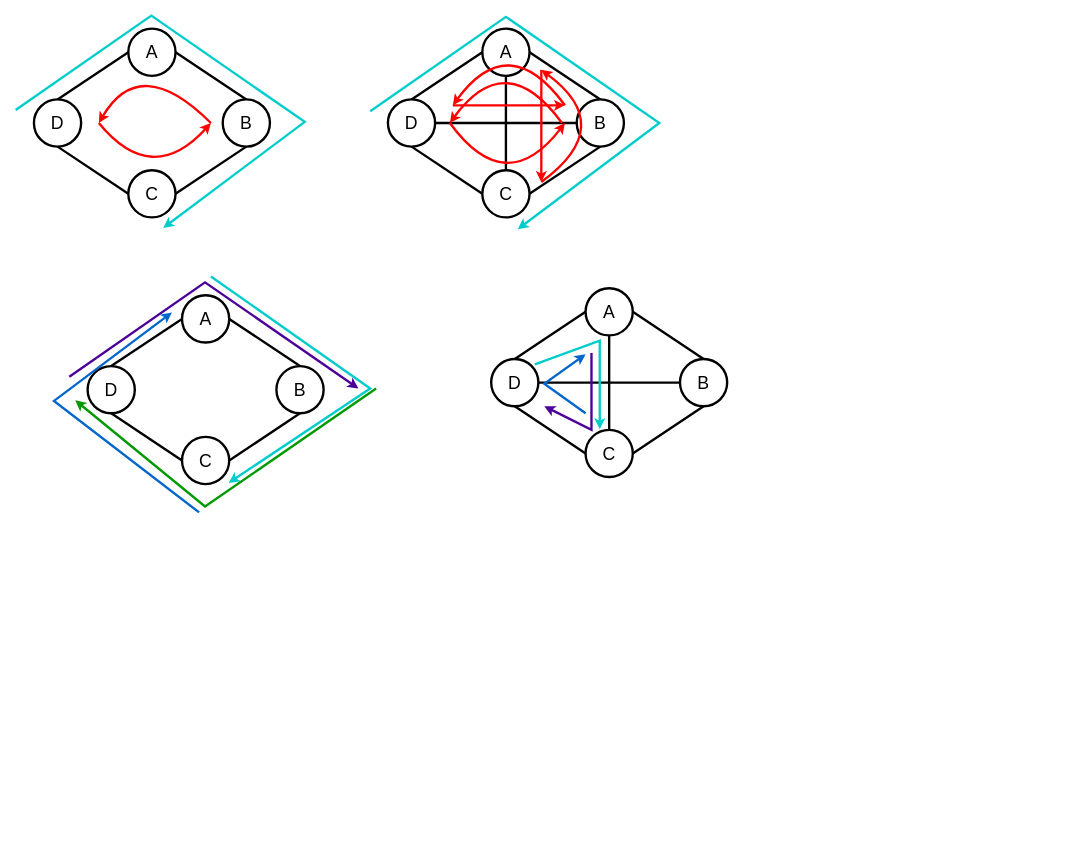
The draw.io diagram FC+/protential_CBD.drawio in caopeirui/app.diagrams.net, before the edit. Source tidied: cells renumbered, new cells numbered last; positions are measured from the earlier drawing's top-left corner, leaving out a move shared by most shapes. Both pictures are drawn from the tidied source at 59%, with x=0, y=0 at pixel (15, 15).
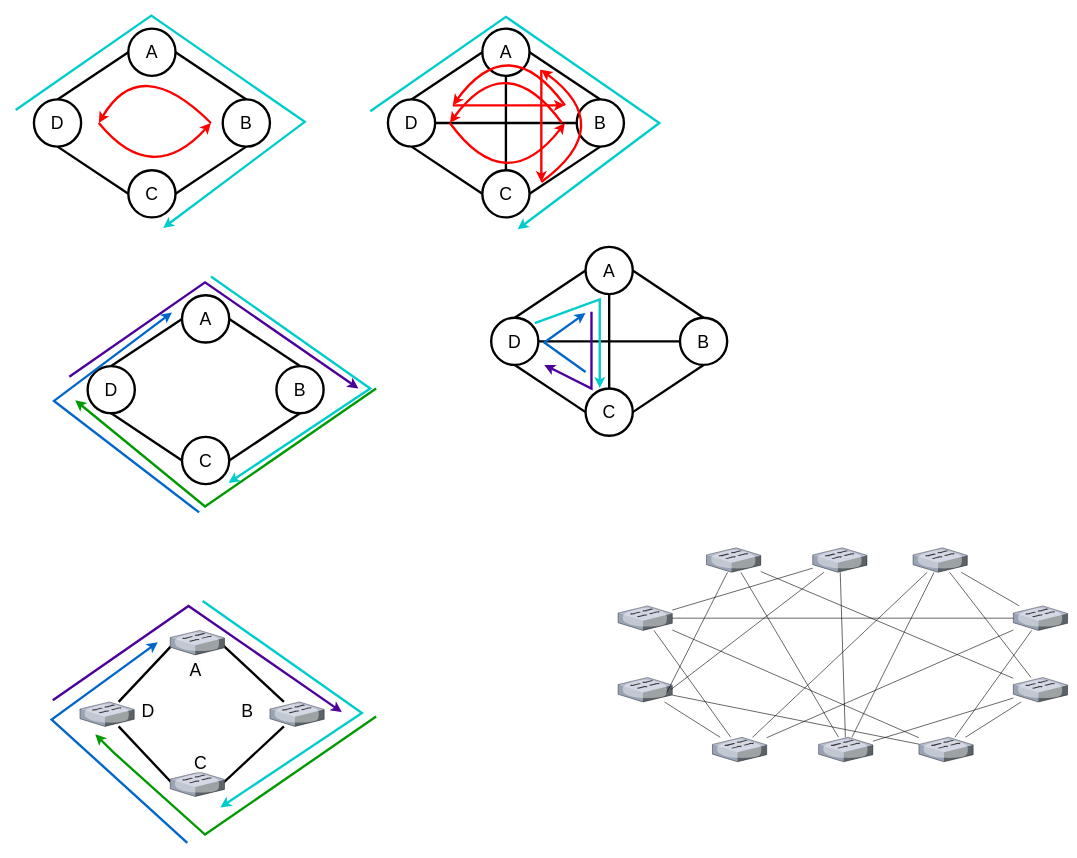
The same diagram, later.

Diff of the diagram source:
```diff
@@
     <mxCell id="47" value="&lt;font style=&quot;font-size: 30px;&quot;&gt;A&lt;/font&gt;" style="ellipse;whiteSpace=wrap;html=1;strokeWidth=4;" parent="1" vertex="1">
-      <mxGeometry x="966" y="462" width="80" height="80" as="geometry" />
+      <mxGeometry x="966" y="392" width="80" height="80" as="geometry" />
     </mxCell>
     <mxCell id="48" value="&lt;font style=&quot;font-size: 30px;&quot;&gt;B&lt;/font&gt;" style="ellipse;whiteSpace=wrap;html=1;strokeWidth=4;" parent="1" vertex="1">
-      <mxGeometry x="1126" y="582" width="80" height="80" as="geometry" />
+      <mxGeometry x="1126" y="512" width="80" height="80" as="geometry" />
     </mxCell>
     <mxCell id="49" value="&lt;font style=&quot;font-size: 30px;&quot;&gt;C&lt;/font&gt;" style="ellipse;whiteSpace=wrap;html=1;strokeWidth=4;" parent="1" vertex="1">
-      <mxGeometry x="966" y="702" width="80" height="80" as="geometry" />
+      <mxGeometry x="966" y="632" width="80" height="80" as="geometry" />
     </mxCell>
     <mxCell id="50" value="&lt;font style=&quot;font-size: 30px;&quot;&gt;D&lt;/font&gt;" style="ellipse;whiteSpace=wrap;html=1;strokeWidth=4;" parent="1" vertex="1">
-      <mxGeometry x="806" y="582" width="80" height="80" as="geometry" />
+      <mxGeometry x="806" y="512" width="80" height="80" as="geometry" />
     </mxCell>
@@
     <mxCell id="53" style="edgeStyle=none;orthogonalLoop=1;jettySize=auto;html=1;rounded=0;strokeWidth=4;strokeColor=#00CCCC;entryX=0.5;entryY=0;entryDx=0;entryDy=0;" parent="1" edge="1">
       <mxGeometry relative="1" as="geometry">
-        <mxPoint x="880" y="591" as="sourcePoint" />
-        <mxPoint x="990" y="701" as="targetPoint" />
+        <mxPoint x="880" y="521" as="sourcePoint" />
+        <mxPoint x="990" y="631" as="targetPoint" />
         <Array as="points">
-          <mxPoint x="990" y="551" />
-          <mxPoint x="990" y="631" />
+          <mxPoint x="990" y="481" />
+          <mxPoint x="990" y="561" />
         </Array>
       </mxGeometry>
     </mxCell>
     <mxCell id="54" style="edgeStyle=none;orthogonalLoop=1;jettySize=auto;html=1;rounded=0;strokeWidth=4;strokeColor=#4C0099;" parent="1" edge="1">
       <mxGeometry relative="1" as="geometry">
-        <mxPoint x="976" y="572" as="sourcePoint" />
-        <mxPoint x="896" y="662" as="targetPoint" />
+        <mxPoint x="976" y="502" as="sourcePoint" />
+        <mxPoint x="896" y="592" as="targetPoint" />
         <Array as="points">
-          <mxPoint x="976" y="702" />
-          <mxPoint x="916" y="672" />
-          <mxPoint x="896" y="662" />
+          <mxPoint x="976" y="632" />
+          <mxPoint x="916" y="602" />
+          <mxPoint x="896" y="592" />
         </Array>
       </mxGeometry>
     </mxCell>
     <mxCell id="55" style="edgeStyle=none;orthogonalLoop=1;jettySize=auto;html=1;rounded=0;strokeWidth=4;strokeColor=#0066CC;fillColor=#dae8fc;" parent="1" edge="1">
       <mxGeometry relative="1" as="geometry">
-        <mxPoint x="966" y="674" as="sourcePoint" />
-        <mxPoint x="966" y="574" as="targetPoint" />
+        <mxPoint x="966" y="604" as="sourcePoint" />
+        <mxPoint x="966" y="504" as="targetPoint" />
         <Array as="points">
-          <mxPoint x="896" y="624" />
-          <mxPoint x="966" y="574" />
+          <mxPoint x="896" y="554" />
+          <mxPoint x="966" y="504" />
         </Array>
       </mxGeometry>
     </mxCell>
+    <mxCell id="56" style="endArrow=none;html=1;rounded=0;strokeWidth=4;entryX=0;entryY=0.5;entryDx=0;entryDy=0;" parent="1" edge="1" source="70">
+      <mxGeometry relative="1" as="geometry">
+        <mxPoint x="268" y="1064" as="targetPoint" />
+      </mxGeometry>
+    </mxCell>
+    <mxCell id="57" style="endArrow=none;html=1;rounded=0;strokeWidth=4;exitX=1;exitY=0.5;exitDx=0;exitDy=0;" parent="1" edge="1" target="66">
+      <mxGeometry relative="1" as="geometry">
+        <mxPoint x="348" y="1064" as="sourcePoint" />
+      </mxGeometry>
+    </mxCell>
+    <mxCell id="58" style="endArrow=none;html=1;rounded=0;strokeWidth=4;exitX=1;exitY=0.5;exitDx=0;exitDy=0;" parent="1" edge="1" target="66">
+      <mxGeometry relative="1" as="geometry">
+        <mxPoint x="348" y="1304" as="sourcePoint" />
+      </mxGeometry>
+    </mxCell>
+    <mxCell id="59" style="endArrow=none;html=1;rounded=0;strokeWidth=4;exitX=0;exitY=0.5;exitDx=0;exitDy=0;" parent="1" edge="1" target="70">
+      <mxGeometry relative="1" as="geometry">
+        <mxPoint x="268" y="1304" as="sourcePoint" />
+      </mxGeometry>
+    </mxCell>
+    <mxCell id="60" style="edgeStyle=none;orthogonalLoop=1;jettySize=auto;html=1;rounded=0;strokeWidth=4;strokeColor=#4C0099;fillColor=#e1d5e7;" parent="1" edge="1">
+      <mxGeometry relative="1" as="geometry">
+        <mxPoint x="63" y="1160.5" as="sourcePoint" />
+        <mxPoint x="553" y="1180.5" as="targetPoint" />
+        <Array as="points">
+          <mxPoint x="293" y="1000.5" />
+          <mxPoint x="553" y="1180.5" />
+        </Array>
+      </mxGeometry>
+    </mxCell>
+    <mxCell id="61" style="edgeStyle=none;orthogonalLoop=1;jettySize=auto;html=1;rounded=0;strokeWidth=4;strokeColor=#00CCCC;fillColor=#fff2cc;" parent="1" edge="1">
+      <mxGeometry relative="1" as="geometry">
+        <mxPoint x="317" y="992" as="sourcePoint" />
+        <mxPoint x="347" y="1342" as="targetPoint" />
+        <Array as="points">
+          <mxPoint x="587" y="1182" />
+          <mxPoint x="347" y="1342" />
+        </Array>
+      </mxGeometry>
+    </mxCell>
+    <mxCell id="62" style="edgeStyle=none;orthogonalLoop=1;jettySize=auto;html=1;rounded=0;strokeWidth=4;strokeColor=#009900;fillColor=#d5e8d4;" parent="1" edge="1">
+      <mxGeometry relative="1" as="geometry">
+        <mxPoint x="611" y="1188" as="sourcePoint" />
+        <mxPoint x="135" y="1218" as="targetPoint" />
+        <Array as="points">
+          <mxPoint x="321" y="1388" />
+          <mxPoint x="165" y="1248" />
+        </Array>
+      </mxGeometry>
+    </mxCell>
+    <mxCell id="63" style="edgeStyle=none;orthogonalLoop=1;jettySize=auto;html=1;rounded=0;strokeWidth=4;strokeColor=#0066CC;fillColor=#dae8fc;" parent="1" edge="1">
+      <mxGeometry relative="1" as="geometry">
+        <mxPoint x="291" y="1402" as="sourcePoint" />
+        <mxPoint x="241" y="1062" as="targetPoint" />
+        <Array as="points">
+          <mxPoint x="61" y="1193" />
+        </Array>
+      </mxGeometry>
+    </mxCell>
+    <mxCell id="64" style="verticalLabelPosition=bottom;sketch=0;html=1;verticalAlign=top;strokeColor=none;align=center;shape=mxgraph.citrix.switch;" parent="1" vertex="1">
+      <mxGeometry x="262" y="1042" width="92" height="41.5" as="geometry" />
+    </mxCell>
+    <mxCell id="65" value="&lt;span style=&quot;color: rgb(0, 0, 0); font-family: Helvetica; font-size: 30px; font-style: normal; font-variant-ligatures: normal; font-variant-caps: normal; font-weight: 400; letter-spacing: normal; orphans: 2; text-align: center; text-indent: 0px; text-transform: none; widows: 2; word-spacing: 0px; -webkit-text-stroke-width: 0px; background-color: rgb(251, 251, 251); text-decoration-thickness: initial; text-decoration-style: initial; text-decoration-color: initial; float: none; display: inline !important;&quot;&gt;A&lt;/span&gt;" style="text;whiteSpace=wrap;html=1;" parent="1" vertex="1">
+      <mxGeometry x="293" y="1083.5" width="50" height="60" as="geometry" />
+    </mxCell>
+    <mxCell id="66" style="verticalLabelPosition=bottom;sketch=0;html=1;verticalAlign=top;strokeColor=none;align=center;outlineConnect=0;shape=mxgraph.citrix.switch;" parent="1" vertex="1">
+      <mxGeometry x="431" y="1163.2" width="92" height="41.5" as="geometry" />
+    </mxCell>
+    <mxCell id="67" value="&lt;span style=&quot;color: rgb(0, 0, 0); font-family: Helvetica; font-size: 30px; font-style: normal; font-variant-ligatures: normal; font-variant-caps: normal; font-weight: 400; letter-spacing: normal; orphans: 2; text-align: center; text-indent: 0px; text-transform: none; widows: 2; word-spacing: 0px; -webkit-text-stroke-width: 0px; background-color: rgb(251, 251, 251); text-decoration-thickness: initial; text-decoration-style: initial; text-decoration-color: initial; float: none; display: inline !important;&quot;&gt;B&lt;/span&gt;" style="text;whiteSpace=wrap;html=1;" parent="1" vertex="1">
+      <mxGeometry x="381" y="1154" width="50" height="60" as="geometry" />
+    </mxCell>
+    <mxCell id="68" style="verticalLabelPosition=bottom;sketch=0;html=1;verticalAlign=top;strokeColor=none;align=center;shape=mxgraph.citrix.switch;" parent="1" vertex="1">
+      <mxGeometry x="262" y="1282" width="92" height="41.5" as="geometry" />
+    </mxCell>
+    <mxCell id="69" value="&lt;span style=&quot;color: rgb(0, 0, 0); font-family: Helvetica; font-size: 30px; font-style: normal; font-variant-ligatures: normal; font-variant-caps: normal; font-weight: 400; letter-spacing: normal; orphans: 2; text-align: center; text-indent: 0px; text-transform: none; widows: 2; word-spacing: 0px; -webkit-text-stroke-width: 0px; background-color: rgb(251, 251, 251); text-decoration-thickness: initial; text-decoration-style: initial; text-decoration-color: initial; float: none; display: inline !important;&quot;&gt;C&lt;/span&gt;" style="text;whiteSpace=wrap;html=1;" parent="1" vertex="1">
+      <mxGeometry x="301" y="1242" width="50" height="60" as="geometry" />
+    </mxCell>
+    <mxCell id="70" style="verticalLabelPosition=bottom;sketch=0;html=1;verticalAlign=top;strokeColor=none;align=center;outlineConnect=0;shape=mxgraph.citrix.switch;" parent="1" vertex="1">
+      <mxGeometry x="109" y="1163.2" width="92" height="41.5" as="geometry" />
+    </mxCell>
+    <mxCell id="71" value="&lt;span style=&quot;color: rgb(0, 0, 0); font-family: Helvetica; font-size: 30px; font-style: normal; font-variant-ligatures: normal; font-variant-caps: normal; font-weight: 400; letter-spacing: normal; orphans: 2; text-align: center; text-indent: 0px; text-transform: none; widows: 2; word-spacing: 0px; -webkit-text-stroke-width: 0px; background-color: rgb(251, 251, 251); text-decoration-thickness: initial; text-decoration-style: initial; text-decoration-color: initial; float: none; display: inline !important;&quot;&gt;D&lt;/span&gt;" style="text;whiteSpace=wrap;html=1;" parent="1" vertex="1">
+      <mxGeometry x="212" y="1154" width="50" height="60" as="geometry" />
+    </mxCell>
+    <mxCell id="72" style="verticalLabelPosition=bottom;sketch=0;html=1;verticalAlign=top;strokeColor=none;align=center;outlineConnect=0;shape=mxgraph.citrix.switch;" parent="1" vertex="1">
+      <mxGeometry x="1021" y="1000.5" width="92" height="41.5" as="geometry" />
+    </mxCell>
+    <mxCell id="73" style="verticalLabelPosition=bottom;sketch=0;html=1;verticalAlign=top;strokeColor=none;align=center;outlineConnect=0;shape=mxgraph.citrix.switch;" parent="1" vertex="1">
+      <mxGeometry x="1021" y="1121.8" width="92" height="41.5" as="geometry" />
+    </mxCell>
+    <mxCell id="74" style="verticalLabelPosition=bottom;sketch=0;html=1;verticalAlign=top;strokeColor=none;align=center;outlineConnect=0;shape=mxgraph.citrix.switch;" parent="1" vertex="1">
+      <mxGeometry x="1181" y="1223.2" width="92" height="41.5" as="geometry" />
+    </mxCell>
+    <mxCell id="75" style="verticalLabelPosition=bottom;sketch=0;html=1;verticalAlign=top;strokeColor=none;align=center;outlineConnect=0;shape=mxgraph.citrix.switch;" parent="1" vertex="1">
+      <mxGeometry x="1691" y="1000.5" width="92" height="41.5" as="geometry" />
+    </mxCell>
+    <mxCell id="76" style="verticalLabelPosition=bottom;sketch=0;html=1;verticalAlign=top;strokeColor=none;align=center;outlineConnect=0;shape=mxgraph.citrix.switch;" parent="1" vertex="1">
+      <mxGeometry x="1691" y="1121.8" width="92" height="41.5" as="geometry" />
+    </mxCell>
+    <mxCell id="77" style="verticalLabelPosition=bottom;sketch=0;html=1;verticalAlign=top;strokeColor=none;align=center;outlineConnect=0;shape=mxgraph.citrix.switch;" parent="1" vertex="1">
+      <mxGeometry x="1361" y="1223.2" width="92" height="41.5" as="geometry" />
+    </mxCell>
+    <mxCell id="78" style="endArrow=none;html=1;rounded=0;" parent="1" edge="1" source="72" target="75">
+      <mxGeometry relative="1" as="geometry" />
+    </mxCell>
+    <mxCell id="79" style="verticalLabelPosition=bottom;sketch=0;html=1;verticalAlign=top;strokeColor=none;align=center;outlineConnect=0;shape=mxgraph.citrix.switch;" parent="1" vertex="1">
+      <mxGeometry x="1531" y="1223.2" width="92" height="41.5" as="geometry" />
+    </mxCell>
+    <mxCell id="80" style="verticalLabelPosition=bottom;sketch=0;html=1;verticalAlign=top;strokeColor=none;align=center;outlineConnect=0;shape=mxgraph.citrix.switch;" parent="1" vertex="1">
+      <mxGeometry x="1171" y="902" width="92" height="41.5" as="geometry" />
+    </mxCell>
+    <mxCell id="81" style="verticalLabelPosition=bottom;sketch=0;html=1;verticalAlign=top;strokeColor=none;align=center;outlineConnect=0;shape=mxgraph.citrix.switch;" parent="1" vertex="1">
+      <mxGeometry x="1351" y="902" width="92" height="41.5" as="geometry" />
+    </mxCell>
+    <mxCell id="82" style="verticalLabelPosition=bottom;sketch=0;html=1;verticalAlign=top;strokeColor=none;align=center;outlineConnect=0;shape=mxgraph.citrix.switch;" parent="1" vertex="1">
+      <mxGeometry x="1521" y="902" width="92" height="41.5" as="geometry" />
+    </mxCell>
+    <mxCell id="83" style="endArrow=none;html=1;rounded=0;" parent="1" edge="1" source="72" target="81">
+      <mxGeometry relative="1" as="geometry" />
+    </mxCell>
+    <mxCell id="84" style="endArrow=none;html=1;rounded=0;" parent="1" edge="1" source="72" target="79">
+      <mxGeometry relative="1" as="geometry" />
+    </mxCell>
+    <mxCell id="85" style="endArrow=none;html=1;rounded=0;" parent="1" edge="1" source="72" target="74">
+      <mxGeometry relative="1" as="geometry" />
+    </mxCell>
+    <mxCell id="86" style="endArrow=none;html=1;rounded=0;exitX=0.897;exitY=0.62;exitDx=0;exitDy=0;exitPerimeter=0;" parent="1" edge="1" source="73" target="80">
+      <mxGeometry relative="1" as="geometry" />
+    </mxCell>
+    <mxCell id="87" style="endArrow=none;html=1;rounded=0;" parent="1" edge="1" target="81">
+      <mxGeometry relative="1" as="geometry">
+        <mxPoint x="1111" y="1142" as="sourcePoint" />
+      </mxGeometry>
+    </mxCell>
+    <mxCell id="88" style="endArrow=none;html=1;rounded=0;" parent="1" edge="1" source="74" target="73">
+      <mxGeometry relative="1" as="geometry" />
+    </mxCell>
+    <mxCell id="89" style="endArrow=none;html=1;rounded=0;" parent="1" edge="1" source="79" target="73">
+      <mxGeometry relative="1" as="geometry" />
+    </mxCell>
+    <mxCell id="90" style="endArrow=none;html=1;rounded=0;" parent="1" edge="1" source="77" target="80">
+      <mxGeometry relative="1" as="geometry" />
+    </mxCell>
+    <mxCell id="91" style="endArrow=none;html=1;rounded=0;" parent="1" edge="1" source="77" target="81">
+      <mxGeometry relative="1" as="geometry" />
+    </mxCell>
+    <mxCell id="92" style="endArrow=none;html=1;rounded=0;" parent="1" edge="1" source="77" target="82">
+      <mxGeometry relative="1" as="geometry" />
+    </mxCell>
+    <mxCell id="93" style="endArrow=none;html=1;rounded=0;" parent="1" edge="1" source="77" target="76">
+      <mxGeometry relative="1" as="geometry" />
+    </mxCell>
+    <mxCell id="94" style="endArrow=none;html=1;rounded=0;" parent="1" edge="1" source="79" target="76">
+      <mxGeometry relative="1" as="geometry" />
+    </mxCell>
+    <mxCell id="95" style="endArrow=none;html=1;rounded=0;" parent="1" edge="1" source="79" target="75">
+      <mxGeometry relative="1" as="geometry" />
+    </mxCell>
+    <mxCell id="96" style="endArrow=none;html=1;rounded=0;" parent="1" edge="1" source="82" target="74">
+      <mxGeometry relative="1" as="geometry" />
+    </mxCell>
+    <mxCell id="97" style="endArrow=none;html=1;rounded=0;" parent="1" edge="1" source="75" target="74">
+      <mxGeometry relative="1" as="geometry" />
+    </mxCell>
+    <mxCell id="98" style="endArrow=none;html=1;rounded=0;" parent="1" edge="1" source="82" target="75">
+      <mxGeometry relative="1" as="geometry" />
+    </mxCell>
+    <mxCell id="99" style="endArrow=none;html=1;rounded=0;" parent="1" edge="1" source="82" target="76">
+      <mxGeometry relative="1" as="geometry" />
+    </mxCell>
+    <mxCell id="100" style="endArrow=none;html=1;rounded=0;" parent="1" edge="1" source="80" target="76">
+      <mxGeometry relative="1" as="geometry" />
+    </mxCell>
```
